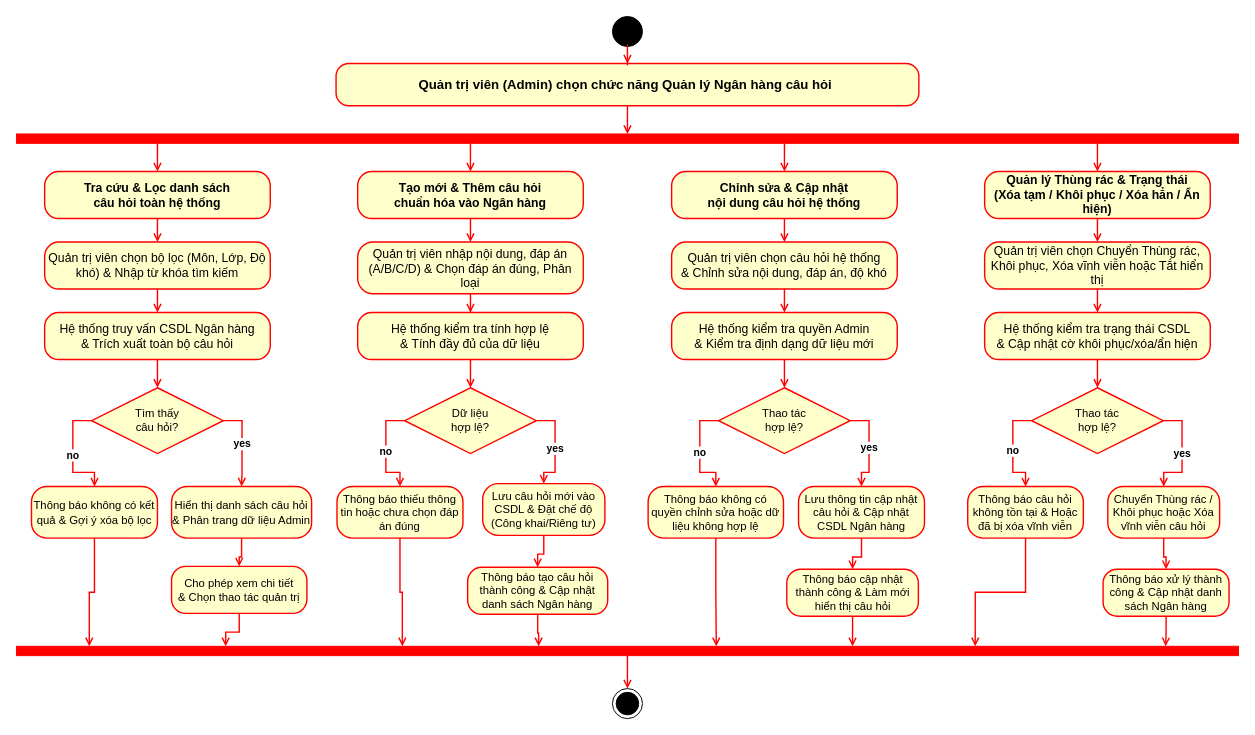
QuocAnh-bit/QuizFlex keeps this draw.io diagram as so_do_hoat_dong_ngan_hang_cau_hoi.drawio. Above is the earlier version. Source tidied: cells renumbered, new cells numbered last; positions are measured from the earlier drawing's top-left corner, leaving out a move shared by most shapes. Both pictures are drawn from the tidied source at 94%, with x=0, y=0 at pixel (16, 16).
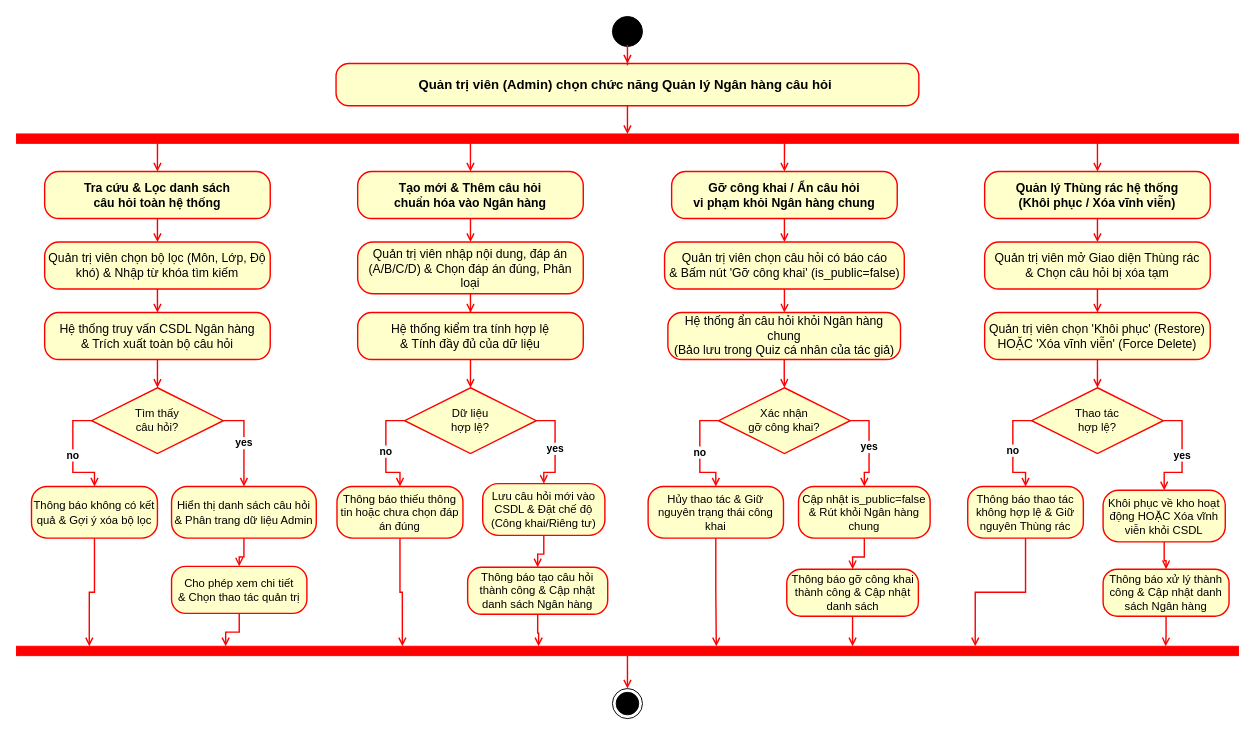
After the change.

Diff of the diagram source:
```diff
@@
     <mxCell id="17" value="&lt;font style=&quot;font-size: 12px;&quot;&gt;Hiển thị danh sách câu hỏi&lt;br&gt;&amp;amp; Phân trang dữ liệu Admin&lt;/font&gt;" style="rounded=1;whiteSpace=wrap;html=1;arcSize=30;fillColor=#ffffcc;strokeColor=#ff0000;strokeWidth=1.5;fontColor=#000000;fontSize=11;fontFamily=Helvetica;" parent="1" vertex="1">
-      <mxGeometry x="165" y="500" width="149" height="55" as="geometry" />
+      <mxGeometry x="165" y="500" width="154" height="55" as="geometry" />
     </mxCell>
@@
-    <mxCell id="35" value="&lt;font style=&quot;font-size: 13px;&quot;&gt;Chỉnh sửa &amp;amp; Cập nhật&lt;br&gt;nội dung câu hỏi hệ thống&lt;/font&gt;" style="rounded=1;whiteSpace=wrap;html=1;arcSize=30;fillColor=#ffffcc;strokeColor=#ff0000;strokeWidth=1.5;fontColor=#000000;fontSize=12;fontFamily=Helvetica;fontStyle=1;" parent="1" vertex="1">
+    <mxCell id="35" value="&lt;font style=&quot;font-size: 13px;&quot;&gt;Gỡ công khai / Ẩn câu hỏi&lt;br&gt;vi phạm khỏi Ngân hàng chung&lt;/font&gt;" style="rounded=1;whiteSpace=wrap;html=1;arcSize=30;fillColor=#ffffcc;strokeColor=#ff0000;strokeWidth=1.5;fontColor=#000000;fontSize=12;fontFamily=Helvetica;fontStyle=1;" parent="1" vertex="1">
       <mxGeometry x="697" y="165" width="240" height="50" as="geometry" />
     </mxCell>
@@
-    <mxCell id="37" value="&lt;font style=&quot;font-size: 13px;&quot;&gt;Quản trị viên chọn câu hỏi hệ thống&lt;br&gt;&amp;amp; Chỉnh sửa nội dung, đáp án, độ khó&lt;/font&gt;" style="rounded=1;whiteSpace=wrap;html=1;arcSize=30;fillColor=#ffffcc;strokeColor=#ff0000;strokeWidth=1.5;fontColor=#000000;fontSize=12;fontFamily=Helvetica;" parent="1" vertex="1">
-      <mxGeometry x="697" y="240" width="240" height="50" as="geometry" />
+    <mxCell id="37" value="&lt;font style=&quot;font-size: 13px;&quot;&gt;Quản trị viên chọn câu hỏi có báo cáo&lt;br&gt;&amp;amp; Bấm nút 'Gỡ công khai' (is_public=false)&lt;/font&gt;" style="rounded=1;whiteSpace=wrap;html=1;arcSize=30;fillColor=#ffffcc;strokeColor=#ff0000;strokeWidth=1.5;fontColor=#000000;fontSize=12;fontFamily=Helvetica;" parent="1" vertex="1">
+      <mxGeometry x="689.5" y="240" width="255" height="50" as="geometry" />
     </mxCell>
-    <mxCell id="38" style="edgeStyle=orthogonalEdgeStyle;rounded=0;jettySize=auto;html=1;strokeColor=#ff0000;strokeWidth=1.5;endArrow=open;endSize=6;" parent="1" edge="1" source="35" target="37">
+    <mxCell id="38" style="edgeStyle=orthogonalEdgeStyle;rounded=0;jettySize=auto;html=1;strokeColor=#ff0000;strokeWidth=1.5;endArrow=open;endSize=6;endFill=0;" parent="1" edge="1" source="35" target="37">
       <mxGeometry relative="1" as="geometry" />
     </mxCell>
-    <mxCell id="39" value="&lt;font style=&quot;font-size: 13px;&quot;&gt;Hệ thống kiểm tra quyền Admin&lt;br&gt;&amp;amp; Kiểm tra định dạng dữ liệu mới&lt;/font&gt;" style="rounded=1;whiteSpace=wrap;html=1;arcSize=30;fillColor=#ffffcc;strokeColor=#ff0000;strokeWidth=1.5;fontColor=#000000;fontSize=12;fontFamily=Helvetica;" parent="1" vertex="1">
-      <mxGeometry x="697" y="315" width="240" height="50" as="geometry" />
+    <mxCell id="39" value="&lt;font style=&quot;font-size: 13px;&quot;&gt;Hệ thống ẩn câu hỏi khỏi Ngân hàng chung&lt;br&gt;(Bảo lưu trong Quiz cá nhân của tác giả)&lt;/font&gt;" style="rounded=1;whiteSpace=wrap;html=1;arcSize=30;fillColor=#ffffcc;strokeColor=#ff0000;strokeWidth=1.5;fontColor=#000000;fontSize=12;fontFamily=Helvetica;" parent="1" vertex="1">
+      <mxGeometry x="693" y="315" width="247.5" height="50" as="geometry" />
     </mxCell>
@@
-    <mxCell id="41" value="&lt;font style=&quot;font-size: 12px;&quot;&gt;Thao tác&lt;br&gt;hợp lệ?&lt;/font&gt;" style="rhombus;whiteSpace=wrap;html=1;fillColor=#ffffcc;strokeColor=#ff0000;strokeWidth=1.5;fontColor=#000000;fontSize=11;fontFamily=Helvetica;" parent="1" vertex="1">
+    <mxCell id="41" value="&lt;font style=&quot;font-size: 12px;&quot;&gt;Xác nhận&lt;br&gt;gỡ công khai?&lt;/font&gt;" style="rhombus;whiteSpace=wrap;html=1;fillColor=#ffffcc;strokeColor=#ff0000;strokeWidth=1.5;fontColor=#000000;fontSize=11;fontFamily=Helvetica;" parent="1" vertex="1">
       <mxGeometry x="747" y="395" width="140" height="70" as="geometry" />
     </mxCell>
@@
-    <mxCell id="43" value="&lt;font style=&quot;font-size: 12px;&quot;&gt;Thông báo không có quyền chỉnh sửa hoặc dữ liệu không hợp lệ&lt;/font&gt;" style="rounded=1;whiteSpace=wrap;html=1;arcSize=30;fillColor=#ffffcc;strokeColor=#ff0000;strokeWidth=1.5;fontColor=#000000;fontSize=11;fontFamily=Helvetica;" parent="1" vertex="1">
+    <mxCell id="43" value="&lt;font style=&quot;font-size: 12px;&quot;&gt;Hủy thao tác &amp;amp; Giữ nguyên trạng thái công khai&lt;/font&gt;" style="rounded=1;whiteSpace=wrap;html=1;arcSize=30;fillColor=#ffffcc;strokeColor=#ff0000;strokeWidth=1.5;fontColor=#000000;fontSize=11;fontFamily=Helvetica;" parent="1" vertex="1">
       <mxGeometry x="672" y="500" width="144" height="55" as="geometry" />
     </mxCell>
@@
-    <mxCell id="45" value="&lt;font style=&quot;font-size: 12px;&quot;&gt;Lưu thông tin cập nhật câu hỏi &amp;amp; Cập nhật CSDL Ngân hàng&lt;/font&gt;" style="rounded=1;whiteSpace=wrap;html=1;arcSize=30;fillColor=#ffffcc;strokeColor=#ff0000;strokeWidth=1.5;fontColor=#000000;fontSize=11;fontFamily=Helvetica;" parent="1" vertex="1">
-      <mxGeometry x="832" y="500" width="134" height="55" as="geometry" />
+    <mxCell id="45" value="&lt;font style=&quot;font-size: 12px;&quot;&gt;Cập nhật is_public=false &amp;amp; Rút khỏi Ngân hàng chung&lt;/font&gt;" style="rounded=1;whiteSpace=wrap;html=1;arcSize=30;fillColor=#ffffcc;strokeColor=#ff0000;strokeWidth=1.5;fontColor=#000000;fontSize=11;fontFamily=Helvetica;" parent="1" vertex="1">
+      <mxGeometry x="832" y="500" width="140" height="55" as="geometry" />
     </mxCell>
@@
-    <mxCell id="47" value="&lt;font style=&quot;font-size: 12px;&quot;&gt;Thông báo cập nhật thành công &amp;amp; Làm mới hiển thị câu hỏi&lt;/font&gt;" style="rounded=1;whiteSpace=wrap;html=1;arcSize=30;fillColor=#ffffcc;strokeColor=#ff0000;strokeWidth=1.5;fontColor=#000000;fontSize=11;fontFamily=Helvetica;" parent="1" vertex="1">
+    <mxCell id="47" value="&lt;font style=&quot;font-size: 12px;&quot;&gt;Thông báo gỡ công khai thành công &amp;amp; Cập nhật danh sách&lt;/font&gt;" style="rounded=1;whiteSpace=wrap;html=1;arcSize=30;fillColor=#ffffcc;strokeColor=#ff0000;strokeWidth=1.5;fontColor=#000000;fontSize=11;fontFamily=Helvetica;" parent="1" vertex="1">
       <mxGeometry x="819.5" y="588" width="140" height="50" as="geometry" />
     </mxCell>
@@
-    <mxCell id="49" value="&lt;font style=&quot;font-size: 13px;&quot;&gt;Quản lý Thùng rác &amp;amp; Trạng thái&lt;br&gt;(Xóa tạm / Khôi phục / Xóa hẳn / Ẩn hiện)&lt;/font&gt;" style="rounded=1;whiteSpace=wrap;html=1;arcSize=30;fillColor=#ffffcc;strokeColor=#ff0000;strokeWidth=1.5;fontColor=#000000;fontSize=12;fontFamily=Helvetica;fontStyle=1;" parent="1" vertex="1">
+    <mxCell id="49" value="&lt;font style=&quot;font-size: 13px;&quot;&gt;Quản lý Thùng rác hệ thống&lt;br&gt;(Khôi phục / Xóa vĩnh viễn)&lt;/font&gt;" style="rounded=1;whiteSpace=wrap;html=1;arcSize=30;fillColor=#ffffcc;strokeColor=#ff0000;strokeWidth=1.5;fontColor=#000000;fontSize=12;fontFamily=Helvetica;fontStyle=1;" parent="1" vertex="1">
       <mxGeometry x="1030" y="165" width="240" height="50" as="geometry" />
     </mxCell>
@@
-    <mxCell id="51" value="&lt;font style=&quot;font-size: 13px;&quot;&gt;Quản trị viên chọn Chuyển Thùng rác,&lt;br&gt;Khôi phục, Xóa vĩnh viễn hoặc Tắt hiển thị&lt;/font&gt;" style="rounded=1;whiteSpace=wrap;html=1;arcSize=30;fillColor=#ffffcc;strokeColor=#ff0000;strokeWidth=1.5;fontColor=#000000;fontSize=12;fontFamily=Helvetica;" parent="1" vertex="1">
+    <mxCell id="51" value="&lt;font style=&quot;font-size: 13px;&quot;&gt;Quản trị viên mở Giao diện Thùng rác&lt;br&gt;&amp;amp; Chọn câu hỏi bị xóa tạm&lt;/font&gt;" style="rounded=1;whiteSpace=wrap;html=1;arcSize=30;fillColor=#ffffcc;strokeColor=#ff0000;strokeWidth=1.5;fontColor=#000000;fontSize=12;fontFamily=Helvetica;" parent="1" vertex="1">
       <mxGeometry x="1030" y="240" width="240" height="50" as="geometry" />
     </mxCell>
@@
-    <mxCell id="53" value="&lt;font style=&quot;font-size: 13px;&quot;&gt;Hệ thống kiểm tra trạng thái CSDL&lt;br&gt;&amp;amp; Cập nhật cờ khôi phục/xóa/ẩn hiện&lt;/font&gt;" style="rounded=1;whiteSpace=wrap;html=1;arcSize=30;fillColor=#ffffcc;strokeColor=#ff0000;strokeWidth=1.5;fontColor=#000000;fontSize=12;fontFamily=Helvetica;" parent="1" vertex="1">
+    <mxCell id="53" value="&lt;font style=&quot;font-size: 13px;&quot;&gt;Quản trị viên chọn 'Khôi phục' (Restore)&lt;br&gt;HOẶC 'Xóa vĩnh viễn' (Force Delete)&lt;/font&gt;" style="rounded=1;whiteSpace=wrap;html=1;arcSize=30;fillColor=#ffffcc;strokeColor=#ff0000;strokeWidth=1.5;fontColor=#000000;fontSize=12;fontFamily=Helvetica;" parent="1" vertex="1">
       <mxGeometry x="1030" y="315" width="240" height="50" as="geometry" />
     </mxCell>
@@
-    <mxCell id="57" value="&lt;font style=&quot;font-size: 12px;&quot;&gt;Thông báo câu hỏi không tồn tại &amp;amp; Hoặc đã bị xóa vĩnh viễn&lt;/font&gt;" style="rounded=1;whiteSpace=wrap;html=1;arcSize=30;fillColor=#ffffcc;strokeColor=#ff0000;strokeWidth=1.5;fontColor=#000000;fontSize=11;fontFamily=Helvetica;" parent="1" vertex="1">
+    <mxCell id="57" value="&lt;font style=&quot;font-size: 12px;&quot;&gt;Thông báo thao tác không hợp lệ &amp;amp; Giữ nguyên Thùng rác&lt;/font&gt;" style="rounded=1;whiteSpace=wrap;html=1;arcSize=30;fillColor=#ffffcc;strokeColor=#ff0000;strokeWidth=1.5;fontColor=#000000;fontSize=11;fontFamily=Helvetica;" parent="1" vertex="1">
       <mxGeometry x="1012" y="500" width="123" height="55" as="geometry" />
     </mxCell>
@@
-    <mxCell id="59" value="&lt;font style=&quot;font-size: 12px;&quot;&gt;Chuyển Thùng rác / Khôi phục hoặc Xóa vĩnh viễn câu hỏi&lt;/font&gt;" style="rounded=1;whiteSpace=wrap;html=1;arcSize=30;fillColor=#ffffcc;strokeColor=#ff0000;strokeWidth=1.5;fontColor=#000000;fontSize=11;fontFamily=Helvetica;" parent="1" vertex="1">
-      <mxGeometry x="1161" y="500" width="119" height="55" as="geometry" />
+    <mxCell id="59" value="&lt;font style=&quot;font-size: 12px;&quot;&gt;Khôi phục về kho hoạt động HOẶC Xóa vĩnh viễn khỏi CSDL&lt;/font&gt;" style="rounded=1;whiteSpace=wrap;html=1;arcSize=30;fillColor=#ffffcc;strokeColor=#ff0000;strokeWidth=1.5;fontColor=#000000;fontSize=11;fontFamily=Helvetica;" parent="1" vertex="1">
+      <mxGeometry x="1156" y="504" width="130" height="55" as="geometry" />
     </mxCell>
```
